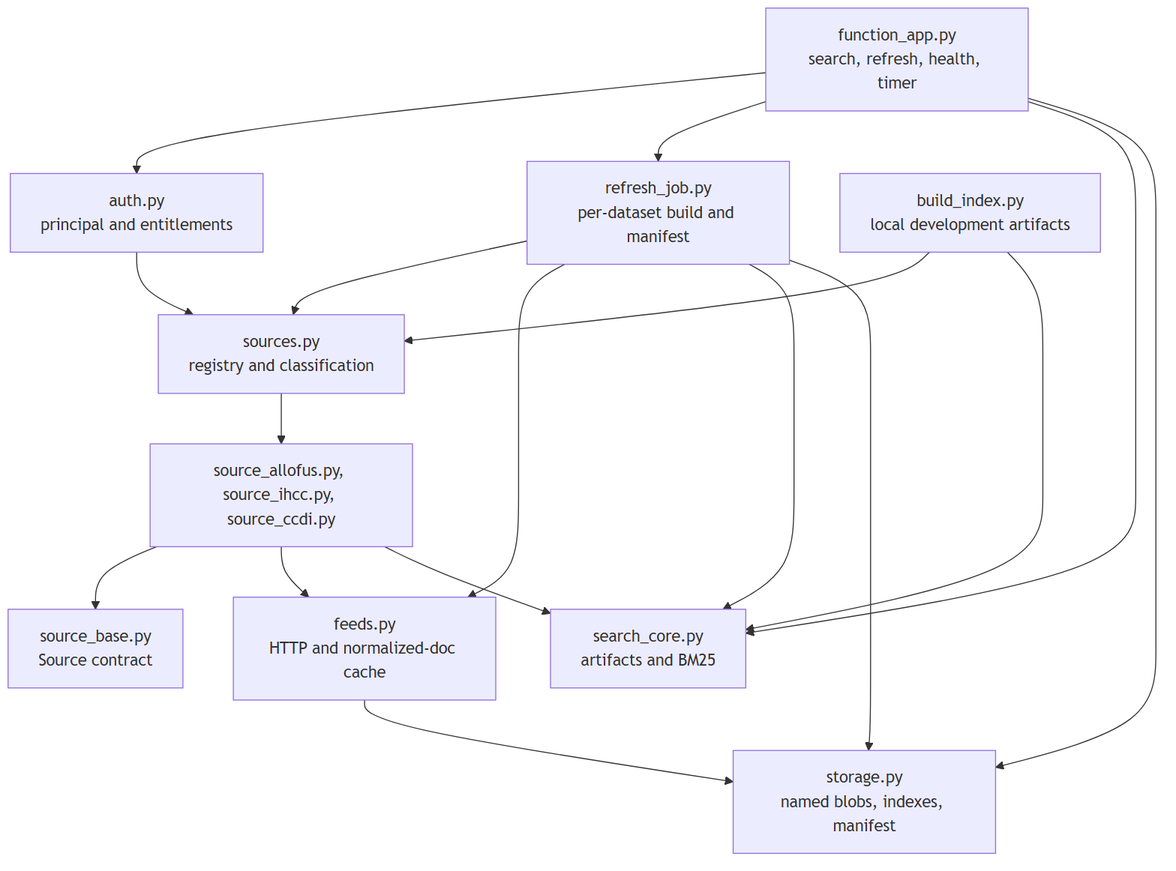
Earlier version of the Mermaid export docs/diagrams/2-module-map.png (SteveCInVA/AllofUs-Agent). Its source is kept beside it as docs/diagrams/2-module-map.mmd.
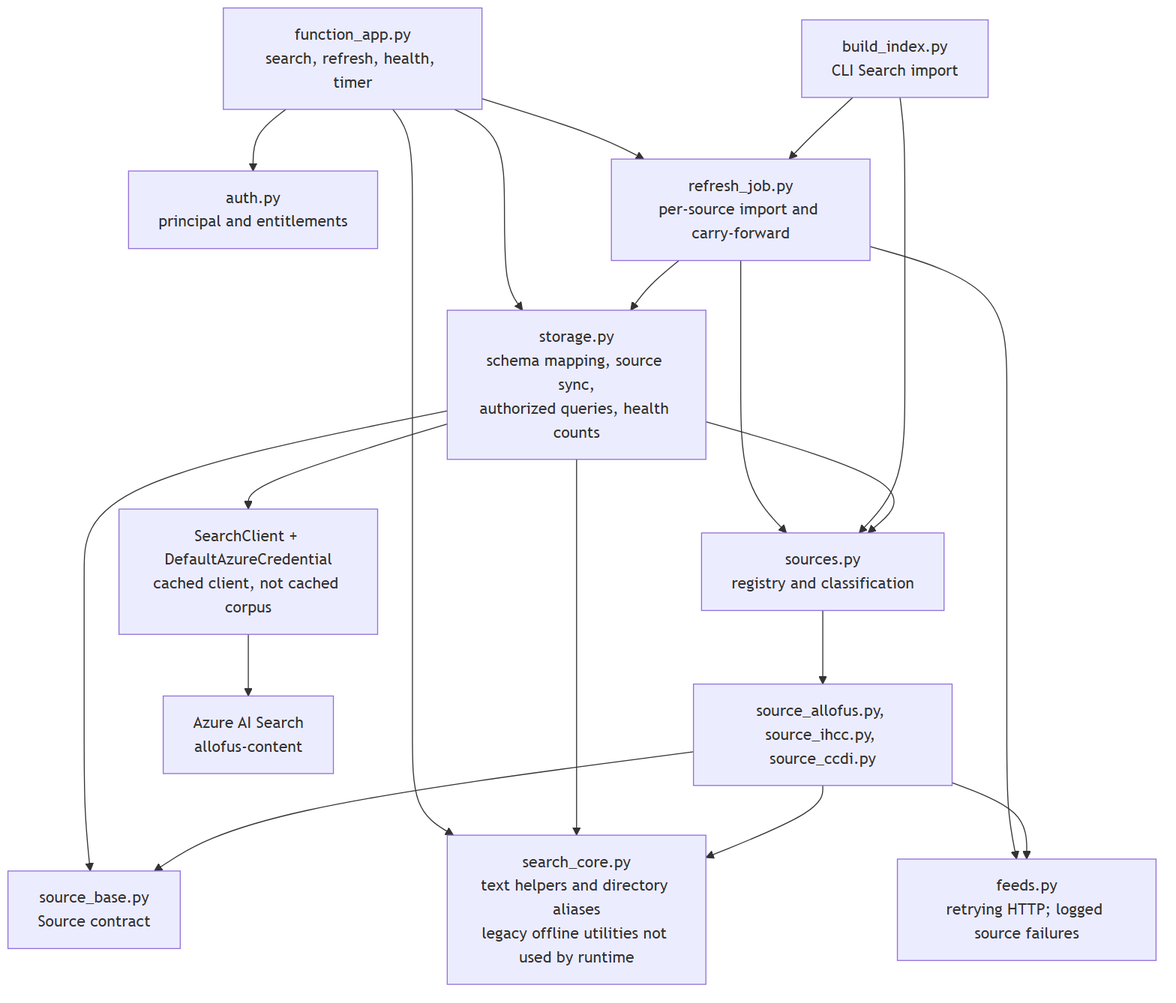
After the change.

Diff of the diagram source:
```diff
@@ -1,27 +1,31 @@
 flowchart TB
     FA["function_app.py<br/>search, refresh, health, timer"]
     AUTH["auth.py<br/>principal and entitlements"]
-    RJ["refresh_job.py<br/>per-dataset build and manifest"]
-    BI["build_index.py<br/>local development artifacts"]
+    RJ["refresh_job.py<br/>per-source import and carry-forward"]
+    BI["build_index.py<br/>CLI Search import"]
     REG["sources.py<br/>registry and classification"]
     SRC["source_allofus.py, source_ihcc.py, source_ccdi.py"]
     SB["source_base.py<br/>Source contract"]
-    FEED["feeds.py<br/>HTTP and normalized-doc cache"]
-    SC["search_core.py<br/>artifacts and BM25"]
-    ST["storage.py<br/>named blobs, indexes, manifest"]
+    FEED["feeds.py<br/>retrying HTTP; logged source failures"]
+    SC["search_core.py<br/>text helpers and directory aliases<br/>legacy offline utilities not used by runtime"]
+    ST["storage.py<br/>schema mapping, source sync,<br/>authorized queries, health counts"]
+    SDK["SearchClient + DefaultAzureCredential<br/>cached client, not cached corpus"]
+    IDX["Azure AI Search<br/>allofus-content"]
     FA --> AUTH
     FA --> RJ
     FA --> SC
     FA --> ST
-    AUTH --> REG
     RJ --> REG
     RJ --> FEED
-    RJ --> SC
     RJ --> ST
     BI --> REG
-    BI --> SC
+    BI --> RJ
+    ST --> REG
+    ST --> SB
+    ST --> SC
+    ST --> SDK
+    SDK --> IDX
     REG --> SRC
     SRC --> SB
     SRC --> FEED
     SRC --> SC
-    FEED --> ST
```
